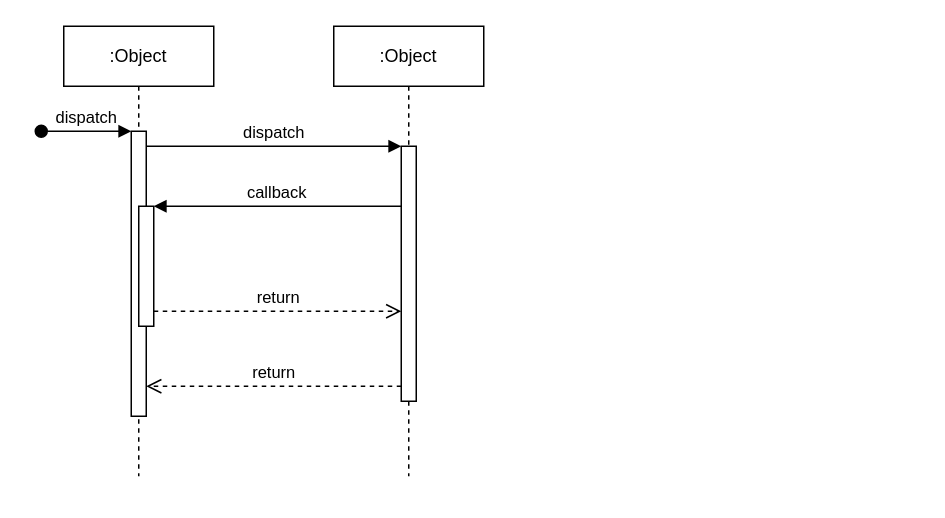
elisaovivo/restful-api-demo keeps this draw.io diagram as 资源授权流程图.drawio. Above is the earlier version. Source tidied: cells renumbered, new cells numbered last; positions are measured from the earlier drawing's top-left corner, leaving out a move shared by most shapes. Both pictures are drawn from the tidied source at 150%, with x=0, y=0 at pixel (40, 26).
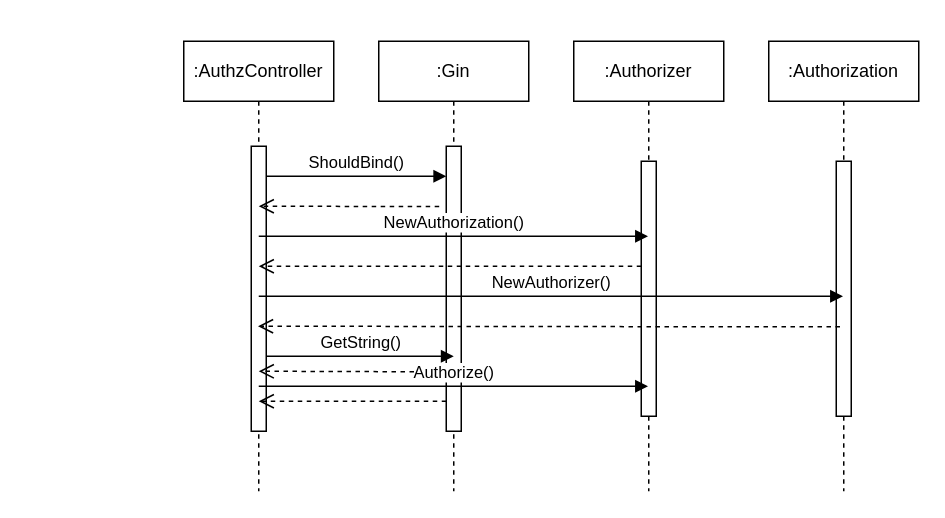
Above is the later version.

Commit message:
更新资源授权流程图.drawio

The change refers to these unchanged cells:
```xml
<mxCell id="3" style="html=1;points=[];perimeter=orthogonalPerimeter;outlineConnect=0;targetShapes=umlLifeline;portConstraint=eastwest;newEdgeStyle={&quot;edgeStyle&quot;:&quot;elbowEdgeStyle&quot;,&quot;elbow&quot;:&quot;vertical&quot;,&quot;curved&quot;:0,&quot;rounded&quot;:0};" parent="2" vertex="1">
  <mxGeometry x="45" y="70" width="10" height="190" as="geometry" />
</mxCell>
<mxCell id="7" style="html=1;points=[];perimeter=orthogonalPerimeter;outlineConnect=0;targetShapes=umlLifeline;portConstraint=eastwest;newEdgeStyle={&quot;edgeStyle&quot;:&quot;elbowEdgeStyle&quot;,&quot;elbow&quot;:&quot;vertical&quot;,&quot;curved&quot;:0,&quot;rounded&quot;:0};" parent="6" vertex="1">
  <mxGeometry x="45" y="80" width="10" height="170" as="geometry" />
</mxCell>
```

What changed in the source:
```diff
@@
-    <mxCell id="2" value=":Object" style="shape=umlLifeline;perimeter=lifelinePerimeter;whiteSpace=wrap;html=1;outlineConnect=0;portConstraint=eastwest;newEdgeStyle={&quot;edgeStyle&quot;:&quot;elbowEdgeStyle&quot;,&quot;elbow&quot;:&quot;vertical&quot;,&quot;curved&quot;:0,&quot;rounded&quot;:0};" parent="1" vertex="1">
-      <mxGeometry x="15" width="100" height="300" as="geometry" />
+    <mxCell id="2" value=":AuthzController" style="shape=umlLifeline;perimeter=lifelinePerimeter;whiteSpace=wrap;html=1;outlineConnect=0;portConstraint=eastwest;newEdgeStyle={&quot;edgeStyle&quot;:&quot;elbowEdgeStyle&quot;,&quot;elbow&quot;:&quot;vertical&quot;,&quot;curved&quot;:0,&quot;rounded&quot;:0};" parent="1" vertex="1">
+      <mxGeometry x="95" y="10" width="100" height="300" as="geometry" />
     </mxCell>
@@
-    <mxCell id="4" value="dispatch" style="html=1;verticalAlign=bottom;startArrow=oval;endArrow=block;startSize=8;edgeStyle=elbowEdgeStyle;elbow=vertical;curved=0;rounded=0;" parent="2" edge="1" target="3">
-      <mxGeometry relative="1" as="geometry">
-        <mxPoint x="-15" y="70" as="sourcePoint" />
-      </mxGeometry>
-    </mxCell>
-    <mxCell id="5" style="html=1;points=[];perimeter=orthogonalPerimeter;outlineConnect=0;targetShapes=umlLifeline;portConstraint=eastwest;newEdgeStyle={&quot;edgeStyle&quot;:&quot;elbowEdgeStyle&quot;,&quot;elbow&quot;:&quot;vertical&quot;,&quot;curved&quot;:0,&quot;rounded&quot;:0};" parent="2" vertex="1">
-      <mxGeometry x="50" y="120" width="10" height="80" as="geometry" />
-    </mxCell>
-    <mxCell id="6" value=":Object" style="shape=umlLifeline;perimeter=lifelinePerimeter;whiteSpace=wrap;html=1;outlineConnect=0;portConstraint=eastwest;newEdgeStyle={&quot;edgeStyle&quot;:&quot;elbowEdgeStyle&quot;,&quot;elbow&quot;:&quot;vertical&quot;,&quot;curved&quot;:0,&quot;rounded&quot;:0};" parent="1" vertex="1">
-      <mxGeometry x="195" width="100" height="300" as="geometry" />
+    <mxCell id="6" value=":Authorizer" style="shape=umlLifeline;perimeter=lifelinePerimeter;whiteSpace=wrap;html=1;outlineConnect=0;portConstraint=eastwest;newEdgeStyle={&quot;edgeStyle&quot;:&quot;elbowEdgeStyle&quot;,&quot;elbow&quot;:&quot;vertical&quot;,&quot;curved&quot;:0,&quot;rounded&quot;:0};" parent="1" vertex="1">
+      <mxGeometry x="355" y="10" width="100" height="300" as="geometry" />
     </mxCell>
@@
-    <mxCell id="8" value="dispatch" style="html=1;verticalAlign=bottom;endArrow=block;edgeStyle=elbowEdgeStyle;elbow=vertical;curved=0;rounded=0;" parent="1" edge="1" source="3" target="7">
-      <mxGeometry relative="1" as="geometry">
-        <Array as="points">
-          <mxPoint x="155" y="80" />
-        </Array>
-      </mxGeometry>
-    </mxCell>
-    <mxCell id="9" value="return" style="html=1;verticalAlign=bottom;endArrow=open;dashed=1;endSize=8;edgeStyle=elbowEdgeStyle;elbow=vertical;curved=0;rounded=0;" parent="1" edge="1" source="7" target="3">
-      <mxGeometry relative="1" as="geometry">
-        <Array as="points">
-          <mxPoint x="165" y="240" />
-        </Array>
-      </mxGeometry>
-    </mxCell>
-    <mxCell id="10" value="callback" style="html=1;verticalAlign=bottom;endArrow=block;edgeStyle=elbowEdgeStyle;elbow=vertical;curved=0;rounded=0;" parent="1" edge="1" source="7" target="5">
-      <mxGeometry relative="1" as="geometry">
-        <Array as="points">
-          <mxPoint x="165" y="120" />
-        </Array>
-      </mxGeometry>
-    </mxCell>
-    <mxCell id="11" value="return" style="html=1;verticalAlign=bottom;endArrow=open;dashed=1;endSize=8;edgeStyle=elbowEdgeStyle;elbow=vertical;curved=0;rounded=0;" parent="1" edge="1" source="5" target="7">
-      <mxGeometry relative="1" as="geometry">
-        <Array as="points">
-          <mxPoint x="155" y="190" />
-        </Array>
-      </mxGeometry>
-    </mxCell>
+    <mxCell id="12" value=":Gin" style="shape=umlLifeline;perimeter=lifelinePerimeter;whiteSpace=wrap;html=1;newEdgeStyle={&quot;edgeStyle&quot;:&quot;elbowEdgeStyle&quot;,&quot;elbow&quot;:&quot;vertical&quot;,&quot;curved&quot;:0,&quot;rounded&quot;:0};" parent="1" vertex="1">
+      <mxGeometry x="225" y="10" width="100" height="300" as="geometry" />
+    </mxCell>
+    <mxCell id="13" style="html=1;points=[];perimeter=orthogonalPerimeter;outlineConnect=0;targetShapes=umlLifeline;portConstraint=eastwest;newEdgeStyle={&quot;edgeStyle&quot;:&quot;elbowEdgeStyle&quot;,&quot;elbow&quot;:&quot;vertical&quot;,&quot;curved&quot;:0,&quot;rounded&quot;:0};" parent="12" vertex="1">
+      <mxGeometry x="45" y="70" width="10" height="190" as="geometry" />
+    </mxCell>
+    <mxCell id="14" value="ShouldBind()" style="html=1;verticalAlign=bottom;endArrow=block;edgeStyle=elbowEdgeStyle;elbow=vertical;curved=0;rounded=0;" parent="1" edge="1">
+      <mxGeometry relative="1" as="geometry">
+        <mxPoint x="150" y="100" as="sourcePoint" />
+        <mxPoint x="270" y="100" as="targetPoint" />
+      </mxGeometry>
+    </mxCell>
+    <mxCell id="15" style="html=1;verticalAlign=bottom;endArrow=open;dashed=1;endSize=8;edgeStyle=elbowEdgeStyle;elbow=vertical;curved=0;rounded=0;" parent="1" edge="1">
+      <mxGeometry relative="1" as="geometry">
+        <mxPoint x="265.3" y="120.2" as="sourcePoint" />
+        <mxPoint x="145" y="120" as="targetPoint" />
+        <Array as="points">
+          <mxPoint x="275" y="120" />
+        </Array>
+      </mxGeometry>
+    </mxCell>
+    <mxCell id="16" value=":Authorization" style="shape=umlLifeline;perimeter=lifelinePerimeter;whiteSpace=wrap;html=1;outlineConnect=0;portConstraint=eastwest;newEdgeStyle={&quot;edgeStyle&quot;:&quot;elbowEdgeStyle&quot;,&quot;elbow&quot;:&quot;vertical&quot;,&quot;curved&quot;:0,&quot;rounded&quot;:0};" parent="1" vertex="1">
+      <mxGeometry x="485" y="10" width="100" height="300" as="geometry" />
+    </mxCell>
+    <mxCell id="17" style="html=1;perimeter=orthogonalPerimeter;targetShapes=umlLifeline;newEdgeStyle={&quot;edgeStyle&quot;:&quot;elbowEdgeStyle&quot;,&quot;elbow&quot;:&quot;vertical&quot;,&quot;curved&quot;:0,&quot;rounded&quot;:0};" parent="16" vertex="1">
+      <mxGeometry x="45" y="80" width="10" height="170" as="geometry" />
+    </mxCell>
+    <mxCell id="18" value="NewAuthorization()" style="html=1;verticalAlign=bottom;endArrow=block;edgeStyle=elbowEdgeStyle;elbow=vertical;curved=0;rounded=0;" parent="1" edge="1" target="6">
+      <mxGeometry relative="1" as="geometry">
+        <mxPoint x="145" y="140" as="sourcePoint" />
+      </mxGeometry>
+    </mxCell>
+    <mxCell id="19" style="html=1;verticalAlign=bottom;endArrow=open;dashed=1;endSize=8;edgeStyle=elbowEdgeStyle;elbow=vertical;curved=0;rounded=0;" parent="1" edge="1" source="7">
+      <mxGeometry relative="1" as="geometry">
+        <mxPoint x="145" y="159.6" as="targetPoint" />
+        <Array as="points">
+          <mxPoint x="405" y="160" />
+        </Array>
+      </mxGeometry>
+    </mxCell>
+    <mxCell id="20" value="NewAuthorizer()" style="html=1;verticalAlign=bottom;endArrow=block;edgeStyle=elbowEdgeStyle;elbow=vertical;curved=0;rounded=0;" parent="1" edge="1" target="16">
+      <mxGeometry relative="1" as="geometry">
+        <mxPoint x="145" y="180" as="sourcePoint" />
+      </mxGeometry>
+    </mxCell>
+    <mxCell id="21" style="html=1;verticalAlign=bottom;endArrow=open;dashed=1;endSize=8;edgeStyle=elbowEdgeStyle;elbow=vertical;curved=0;rounded=0;" parent="1" edge="1" target="2">
+      <mxGeometry relative="1" as="geometry">
+        <mxPoint x="532.5" y="200.4" as="sourcePoint" />
+        <Array as="points">
+          <mxPoint x="145" y="200" />
+        </Array>
+      </mxGeometry>
+    </mxCell>
+    <mxCell id="22" value="GetString()" style="html=1;verticalAlign=bottom;endArrow=block;edgeStyle=elbowEdgeStyle;elbow=vertical;curved=0;rounded=0;" parent="1" edge="1" source="3">
+      <mxGeometry relative="1" as="geometry">
+        <mxPoint x="275" y="220" as="targetPoint" />
+      </mxGeometry>
+    </mxCell>
+    <mxCell id="23" style="html=1;verticalAlign=bottom;endArrow=open;dashed=1;endSize=8;edgeStyle=elbowEdgeStyle;elbow=vertical;curved=0;rounded=0;" parent="1" edge="1">
+      <mxGeometry relative="1" as="geometry">
+        <mxPoint x="272.5" y="230.4" as="sourcePoint" />
+        <mxPoint x="145" y="230" as="targetPoint" />
+        <Array as="points">
+          <mxPoint x="-115" y="230" />
+        </Array>
+      </mxGeometry>
+    </mxCell>
+    <mxCell id="24" value="Authorize()" style="html=1;verticalAlign=bottom;endArrow=block;edgeStyle=elbowEdgeStyle;elbow=vertical;curved=0;rounded=0;" parent="1" edge="1" target="6">
+      <mxGeometry relative="1" as="geometry">
+        <mxPoint x="145" y="240" as="sourcePoint" />
+      </mxGeometry>
+    </mxCell>
+    <mxCell id="25" style="html=1;verticalAlign=bottom;endArrow=open;dashed=1;endSize=8;edgeStyle=elbowEdgeStyle;elbow=vertical;curved=0;rounded=0;" parent="1" edge="1" source="13">
+      <mxGeometry relative="1" as="geometry">
+        <mxPoint x="145" y="250" as="targetPoint" />
+      </mxGeometry>
+    </mxCell>
```
